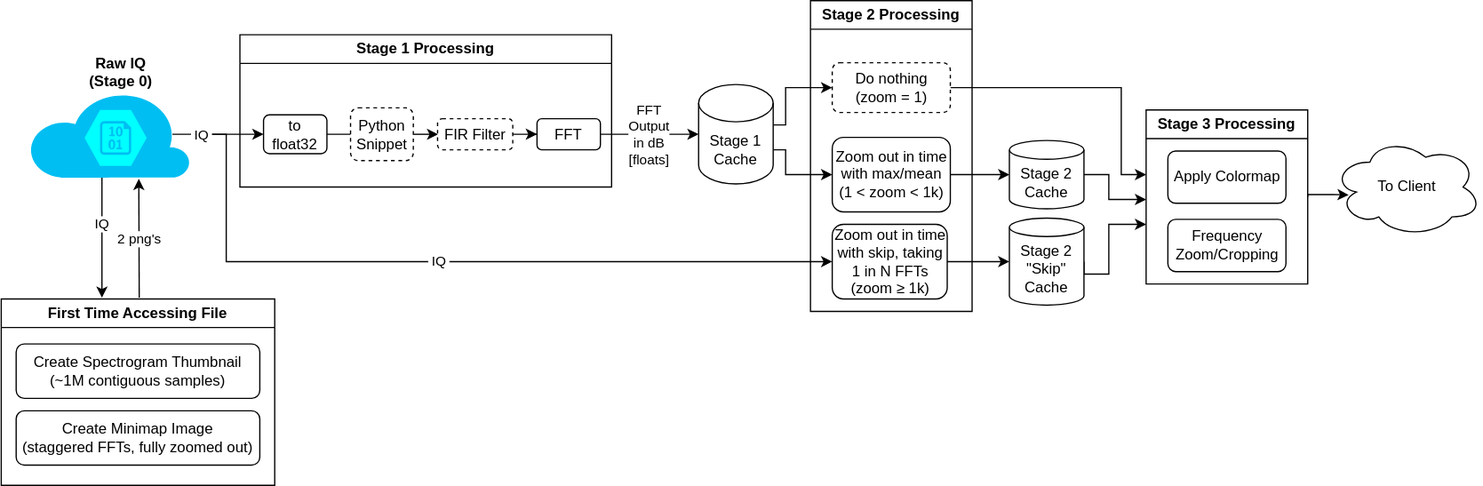
The draw.io diagram api/iqengine_caching.drawio.svg in IQEngine/IQEngine, before a commit. Source tidied: cells renumbered, new cells last; positions are measured from the earlier drawing's top-left corner, leaving out a move shared by most shapes.
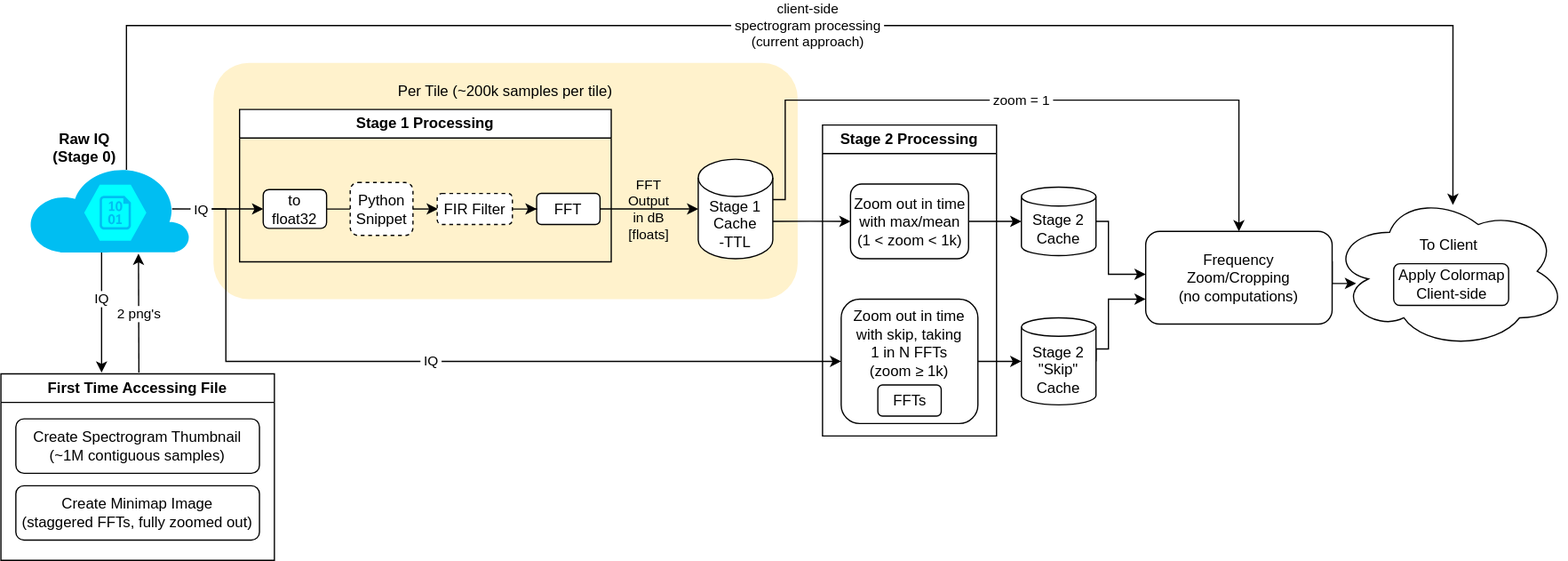
After the commit.

The edit, as a diff of the source:
```diff
@@ -2,6 +2,9 @@
   <root>
     <mxCell id="0" />
     <mxCell id="1" parent="0" />
+    <mxCell id="41" value="Per Tile (~200k samples per tile)&lt;br&gt;&lt;br&gt;&lt;br&gt;&lt;br&gt;&lt;br&gt;&lt;br&gt;&lt;br&gt;&lt;br&gt;&lt;br&gt;&lt;br&gt;&lt;br&gt;" style="rounded=1;whiteSpace=wrap;html=1;fillColor=#fff2cc;strokeColor=none;" parent="1" vertex="1">
+      <mxGeometry x="171" y="-10" width="470" height="190" as="geometry" />
+    </mxCell>
     <mxCell id="2" style="group;" parent="1" vertex="1">
       <mxGeometry x="22" y="72.5" width="130" height="70" as="geometry" />
     </mxCell>
@@ -35,80 +38,65 @@
     <mxCell id="12" value="FIR Filter" style="rounded=1;whiteSpace=wrap;html=1;dashed=1;" parent="5" vertex="1">
       <mxGeometry x="159" y="67.5" width="60.5" height="25" as="geometry" />
     </mxCell>
-    <mxCell id="13" value="FFT&lt;br&gt;Output&lt;br&gt;in dB&lt;br&gt;[floats]" style="edgeStyle=orthogonalEdgeStyle;rounded=0;jettySize=auto;html=1;exitX=1;exitY=0.5;exitDx=0;exitDy=0;" parent="1" edge="1" source="6" target="16">
+    <mxCell id="13" value="FFT&lt;br&gt;Output&lt;br&gt;in dB&lt;br&gt;[floats]" style="edgeStyle=orthogonalEdgeStyle;rounded=0;jettySize=auto;html=1;exitX=1;exitY=0.5;exitDx=0;exitDy=0;labelBackgroundColor=none;" parent="1" edge="1" source="6" target="16">
       <mxGeometry relative="1" as="geometry" />
     </mxCell>
-    <mxCell id="14" style="edgeStyle=orthogonalEdgeStyle;rounded=0;jettySize=auto;html=1;entryX=0;entryY=0.5;entryDx=0;entryDy=0;" parent="1" edge="1" source="16" target="19">
+    <mxCell id="14" style="edgeStyle=orthogonalEdgeStyle;rounded=0;jettySize=auto;html=1;entryX=0;entryY=0.5;entryDx=0;entryDy=0;exitX=0.998;exitY=0.624;exitDx=0;exitDy=0;exitPerimeter=0;" parent="1" edge="1" source="16" target="19">
       <mxGeometry relative="1" as="geometry">
         <Array as="points">
-          <mxPoint x="631" y="120" />
-          <mxPoint x="631" y="140" />
+          <mxPoint x="651" y="117" />
+          <mxPoint x="669" y="118" />
         </Array>
       </mxGeometry>
     </mxCell>
-    <mxCell id="15" style="edgeStyle=orthogonalEdgeStyle;rounded=0;jettySize=auto;html=1;entryX=0;entryY=0.5;entryDx=0;entryDy=0;" parent="1" edge="1" source="16" target="22">
+    <mxCell id="15" value="&amp;nbsp;zoom = 1&amp;nbsp;" style="edgeStyle=orthogonalEdgeStyle;rounded=0;jettySize=auto;html=1;entryX=0.5;entryY=0;entryDx=0;entryDy=0;" parent="1" edge="1" source="16" target="28">
       <mxGeometry relative="1" as="geometry">
         <Array as="points">
           <mxPoint x="631" y="100" />
-          <mxPoint x="631" y="70" />
+          <mxPoint x="631" y="20" />
+          <mxPoint x="996" y="20" />
         </Array>
       </mxGeometry>
     </mxCell>
-    <mxCell id="16" value="Stage 1 Cache" style="shape=cylinder3;whiteSpace=wrap;html=1;boundedLbl=1;backgroundOutline=1;size=15;" parent="1" vertex="1">
+    <mxCell id="16" value="Stage 1 Cache&lt;br&gt;-TTL" style="shape=cylinder3;whiteSpace=wrap;html=1;boundedLbl=1;backgroundOutline=1;size=15;" parent="1" vertex="1">
       <mxGeometry x="561" y="67.5" width="60" height="80" as="geometry" />
     </mxCell>
     <mxCell id="17" style="edgeStyle=orthogonalEdgeStyle;rounded=0;jettySize=auto;html=1;exitX=1;exitY=0.5;exitDx=0;exitDy=0;" parent="1" edge="1" source="19" target="32">
       <mxGeometry relative="1" as="geometry" />
     </mxCell>
     <mxCell id="18" value="Stage 2 Processing" style="swimlane;whiteSpace=wrap;html=1;swimlaneLine=1;" parent="1" vertex="1">
-      <mxGeometry x="651" width="130" height="250" as="geometry" />
+      <mxGeometry x="661" y="40" width="140" height="250" as="geometry" />
     </mxCell>
     <mxCell id="19" value="Zoom out in time with max/mean&lt;br&gt;(1 &amp;lt; zoom &amp;lt; 1k)" style="rounded=1;whiteSpace=wrap;html=1;" parent="18" vertex="1">
-      <mxGeometry x="17.5" y="110" width="95" height="60" as="geometry" />
+      <mxGeometry x="22.5" y="47.5" width="95" height="60" as="geometry" />
     </mxCell>
-    <mxCell id="20" value="Zoom out in time with skip, taking&lt;br&gt;1 in N FFTs&lt;br&gt;(zoom&amp;nbsp;≥&amp;nbsp;1k)" style="rounded=1;whiteSpace=wrap;html=1;" parent="18" vertex="1">
-      <mxGeometry x="17.5" y="180" width="92.5" height="60" as="geometry" />
+    <mxCell id="20" value="Zoom out in time with skip, taking&lt;br&gt;1 in N FFTs&lt;br&gt;(zoom&amp;nbsp;≥&amp;nbsp;1k)&lt;br&gt;&lt;br&gt;&lt;br&gt;" style="rounded=1;whiteSpace=wrap;html=1;" parent="18" vertex="1">
+      <mxGeometry x="15" y="140" width="110" height="100" as="geometry" />
     </mxCell>
-    <mxCell id="21" style="edgeStyle=orthogonalEdgeStyle;rounded=0;jettySize=auto;html=1;" parent="18" edge="1" source="22">
-      <mxGeometry relative="1" as="geometry">
-        <mxPoint x="270" y="140" as="targetPoint" />
-        <Array as="points">
-          <mxPoint x="250" y="70" />
-          <mxPoint x="250" y="140" />
-        </Array>
-      </mxGeometry>
-    </mxCell>
-    <mxCell id="22" value="Do nothing&lt;br&gt;(zoom = 1)" style="rounded=1;whiteSpace=wrap;html=1;dashed=1;" parent="18" vertex="1">
-      <mxGeometry x="17.5" y="50" width="95" height="40" as="geometry" />
-    </mxCell>
+    <mxCell id="42" value="FFTs" style="rounded=1;whiteSpace=wrap;html=1;" parent="18" vertex="1">
+      <mxGeometry x="44.5" y="209" width="51" height="25" as="geometry" />
+    </mxCell>
     <mxCell id="23" style="edgeStyle=orthogonalEdgeStyle;rounded=0;jettySize=auto;html=1;exitX=1;exitY=0.5;exitDx=0;exitDy=0;entryX=0;entryY=0.5;entryDx=0;entryDy=0;entryPerimeter=0;" parent="1" edge="1" source="20" target="30">
       <mxGeometry relative="1" as="geometry" />
     </mxCell>
     <mxCell id="24" value="&amp;nbsp;IQ&amp;nbsp;" style="edgeStyle=orthogonalEdgeStyle;rounded=0;jettySize=auto;html=1;exitX=0.89;exitY=0.5;exitDx=0;exitDy=0;exitPerimeter=0;entryX=0;entryY=0.5;entryDx=0;entryDy=0;" parent="1" edge="1" source="3" target="20">
       <mxGeometry relative="1" as="geometry">
         <Array as="points">
-          <mxPoint x="181" y="107" />
-          <mxPoint x="181" y="210" />
+          <mxPoint x="181" y="108" />
+          <mxPoint x="181" y="230" />
         </Array>
       </mxGeometry>
     </mxCell>
-    <mxCell id="25" style="edgeStyle=orthogonalEdgeStyle;rounded=0;jettySize=auto;html=1;exitX=1;exitY=0.5;exitDx=0;exitDy=0;entryX=0.108;entryY=0.579;entryDx=0;entryDy=0;entryPerimeter=0;" parent="1" edge="1" source="26" target="33">
+    <mxCell id="25" style="edgeStyle=orthogonalEdgeStyle;rounded=0;jettySize=auto;html=1;exitX=1;exitY=0.5;exitDx=0;exitDy=0;entryX=0.108;entryY=0.579;entryDx=0;entryDy=0;entryPerimeter=0;" parent="1" edge="1" target="33">
       <mxGeometry relative="1" as="geometry">
+        <mxPoint x="1061" y="137.5" as="sourcePoint" />
         <Array as="points">
-          <mxPoint x="1051" y="156" />
-          <mxPoint x="1071" y="156" />
+          <mxPoint x="1051" y="150" />
+          <mxPoint x="1071" y="150" />
+          <mxPoint x="1071" y="153" />
         </Array>
       </mxGeometry>
     </mxCell>
-    <mxCell id="26" value="Stage 3 Processing" style="swimlane;whiteSpace=wrap;html=1;swimlaneLine=1;" parent="1" vertex="1">
-      <mxGeometry x="921" y="88" width="130" height="140" as="geometry" />
-    </mxCell>
-    <mxCell id="27" value="Apply Colormap" style="rounded=1;whiteSpace=wrap;html=1;" parent="26" vertex="1">
-      <mxGeometry x="17.5" y="33" width="95" height="42" as="geometry" />
-    </mxCell>
-    <mxCell id="28" value="Frequency&lt;br&gt;Zoom/Cropping" style="rounded=1;whiteSpace=wrap;html=1;" parent="26" vertex="1">
-      <mxGeometry x="17.5" y="88" width="95" height="42" as="geometry" />
-    </mxCell>
     <mxCell id="29" style="edgeStyle=orthogonalEdgeStyle;rounded=0;jettySize=auto;html=1;exitX=1;exitY=0.5;exitDx=0;exitDy=0;exitPerimeter=0;" parent="1" edge="1" source="30">
       <mxGeometry relative="1" as="geometry">
         <mxPoint x="921" y="180" as="targetPoint" />
@@ -119,26 +107,23 @@
       </mxGeometry>
     </mxCell>
     <mxCell id="30" value="Stage 2&lt;br&gt;&quot;Skip&quot;&lt;br&gt;Cache" style="shape=cylinder3;whiteSpace=wrap;html=1;boundedLbl=1;backgroundOutline=1;size=7.428571428571502;" parent="1" vertex="1">
-      <mxGeometry x="811" y="175" width="60" height="70" as="geometry" />
+      <mxGeometry x="821" y="195" width="60" height="70" as="geometry" />
     </mxCell>
     <mxCell id="31" style="edgeStyle=orthogonalEdgeStyle;rounded=0;jettySize=auto;html=1;exitX=1;exitY=0.5;exitDx=0;exitDy=0;exitPerimeter=0;" parent="1" edge="1" source="32">
       <mxGeometry relative="1" as="geometry">
         <mxPoint x="921" y="160" as="targetPoint" />
         <Array as="points">
-          <mxPoint x="891" y="140" />
+          <mxPoint x="891" y="117" />
           <mxPoint x="891" y="160" />
         </Array>
       </mxGeometry>
     </mxCell>
     <mxCell id="32" value="Stage 2&lt;br&gt;Cache" style="shape=cylinder3;whiteSpace=wrap;html=1;boundedLbl=1;backgroundOutline=1;size=7.571428571428598;" parent="1" vertex="1">
-      <mxGeometry x="811" y="112.5" width="60" height="55" as="geometry" />
+      <mxGeometry x="821" y="90" width="60" height="55" as="geometry" />
     </mxCell>
-    <mxCell id="33" value="To Client" style="ellipse;shape=cloud;whiteSpace=wrap;html=1;" parent="1" vertex="1">
-      <mxGeometry x="1071" y="110" width="120" height="80" as="geometry" />
+    <mxCell id="33" value="To Client&lt;br&gt;&lt;br&gt;&lt;br&gt;&lt;br&gt;" style="ellipse;shape=cloud;whiteSpace=wrap;html=1;" parent="1" vertex="1">
+      <mxGeometry x="1069.8" y="95" width="190" height="125" as="geometry" />
     </mxCell>
-    <mxCell id="34" value="&lt;span style=&quot;color: rgb(0, 0, 0); font-family: Helvetica; font-size: 12px; font-style: normal; font-variant-ligatures: normal; font-variant-caps: normal; letter-spacing: normal; orphans: 2; text-indent: 0px; text-transform: none; widows: 2; word-spacing: 0px; -webkit-text-stroke-width: 0px; background-color: rgb(255, 255, 255); text-decoration-thickness: initial; text-decoration-style: initial; text-decoration-color: initial; float: none; display: inline !important;&quot;&gt;Raw IQ&lt;/span&gt;&lt;br style=&quot;border-color: var(--border-color); padding: 0px; margin: 0px; color: rgb(0, 0, 0); font-family: Helvetica; font-size: 12px; font-style: normal; font-variant-ligatures: normal; font-variant-caps: normal; letter-spacing: normal; orphans: 2; text-indent: 0px; text-transform: none; widows: 2; word-spacing: 0px; -webkit-text-stroke-width: 0px; background-color: rgb(255, 255, 255); text-decoration-thickness: initial; text-decoration-style: initial; text-decoration-color: initial;&quot;&gt;&lt;span style=&quot;color: rgb(0, 0, 0); font-family: Helvetica; font-size: 12px; font-style: normal; font-variant-ligatures: normal; font-variant-caps: normal; letter-spacing: normal; orphans: 2; text-indent: 0px; text-transform: none; widows: 2; word-spacing: 0px; -webkit-text-stroke-width: 0px; background-color: rgb(255, 255, 255); text-decoration-thickness: initial; text-decoration-style: initial; text-decoration-color: initial; float: none; display: inline !important;&quot;&gt;(Stage 0)&lt;/span&gt;" style="text;whiteSpace=wrap;html=1;align=center;fontStyle=1;" parent="1" vertex="1">
-      <mxGeometry x="58" y="37" width="77" height="51" as="geometry" />
-    </mxCell>
     <mxCell id="35" value="&amp;nbsp;2 png's&amp;nbsp;" style="edgeStyle=orthogonalEdgeStyle;rounded=0;jettySize=auto;html=1;entryX=0.682;entryY=1.013;entryDx=0;entryDy=0;entryPerimeter=0;" parent="1" edge="1" target="3">
       <mxGeometry x="-0.02" relative="1" as="geometry">
         <mxPoint x="111" y="239" as="sourcePoint" />
@@ -168,5 +153,23 @@
     <mxCell id="40" value="&amp;nbsp;IQ&amp;nbsp;" style="edgeStyle=orthogonalEdgeStyle;rounded=0;jettySize=auto;html=1;entryX=0;entryY=0.5;entryDx=0;entryDy=0;spacingLeft=0;labelBorderColor=none;labelBackgroundColor=default;" parent="1" edge="1" source="3" target="8">
       <mxGeometry x="-0.69" relative="1" as="geometry" />
     </mxCell>
+    <mxCell id="27" value="Apply Colormap&lt;br&gt;Client-side" style="rounded=1;whiteSpace=wrap;html=1;" parent="1" vertex="1">
+      <mxGeometry x="1120.5" y="151.5" width="92.5" height="33.5" as="geometry" />
+    </mxCell>
+    <mxCell id="43" value="client-side&lt;br&gt;&amp;nbsp;spectrogram processing&amp;nbsp;&lt;br&gt;(current approach)" style="edgeStyle=orthogonalEdgeStyle;rounded=0;jettySize=auto;html=1;entryX=0.518;entryY=0.074;entryDx=0;entryDy=0;entryPerimeter=0;" parent="1" edge="1" target="33">
+      <mxGeometry relative="1" as="geometry">
+        <mxPoint x="101" y="76" as="sourcePoint" />
+        <Array as="points">
+          <mxPoint x="101" y="-40" />
+          <mxPoint x="1168" y="-40" />
+        </Array>
+      </mxGeometry>
+    </mxCell>
+    <mxCell id="28" value="Frequency&lt;br&gt;Zoom/Cropping&lt;br&gt;(no computations)" style="rounded=1;whiteSpace=wrap;html=1;" parent="1" vertex="1">
+      <mxGeometry x="921" y="125.5" width="150" height="74.5" as="geometry" />
+    </mxCell>
+    <mxCell id="34" value="&lt;span style=&quot;color: rgb(0, 0, 0); font-family: Helvetica; font-size: 12px; font-style: normal; font-variant-ligatures: normal; font-variant-caps: normal; letter-spacing: normal; orphans: 2; text-indent: 0px; text-transform: none; widows: 2; word-spacing: 0px; -webkit-text-stroke-width: 0px; background-color: rgb(255, 255, 255); text-decoration-thickness: initial; text-decoration-style: initial; text-decoration-color: initial; float: none; display: inline !important;&quot;&gt;Raw IQ&lt;/span&gt;&lt;br style=&quot;border-color: var(--border-color); padding: 0px; margin: 0px; color: rgb(0, 0, 0); font-family: Helvetica; font-size: 12px; font-style: normal; font-variant-ligatures: normal; font-variant-caps: normal; letter-spacing: normal; orphans: 2; text-indent: 0px; text-transform: none; widows: 2; word-spacing: 0px; -webkit-text-stroke-width: 0px; background-color: rgb(255, 255, 255); text-decoration-thickness: initial; text-decoration-style: initial; text-decoration-color: initial;&quot;&gt;&lt;span style=&quot;color: rgb(0, 0, 0); font-family: Helvetica; font-size: 12px; font-style: normal; font-variant-ligatures: normal; font-variant-caps: normal; letter-spacing: normal; orphans: 2; text-indent: 0px; text-transform: none; widows: 2; word-spacing: 0px; -webkit-text-stroke-width: 0px; background-color: rgb(255, 255, 255); text-decoration-thickness: initial; text-decoration-style: initial; text-decoration-color: initial; float: none; display: inline !important;&quot;&gt;(Stage 0)&lt;/span&gt;" style="text;whiteSpace=wrap;html=1;align=center;fontStyle=1;" parent="1" vertex="1">
+      <mxGeometry x="29" y="38" width="77" height="51" as="geometry" />
+    </mxCell>
   </root>
 </mxGraphModel>
```
